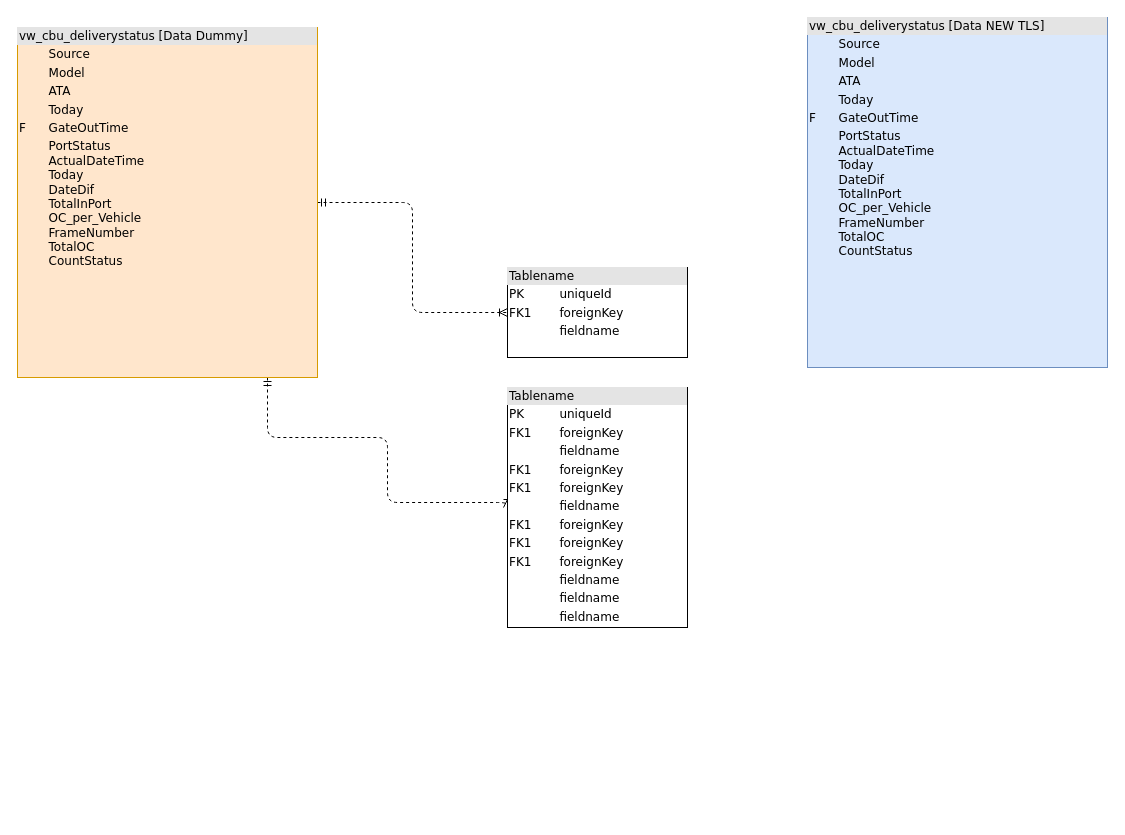
The draw.io diagram page "Board2_CBU_DeliveryStatus" (2 of 3) of TAM_IMIS_diagram.drawio in RifqiG759/BI_datasets, before the edit. Source tidied: cells renumbered, new cells numbered last; positions are measured from the earlier drawing's top-left corner, leaving out a move shared by most shapes. Both pictures are drawn from the tidied source at 100%, with x=0, y=0 at pixel (17, 17).
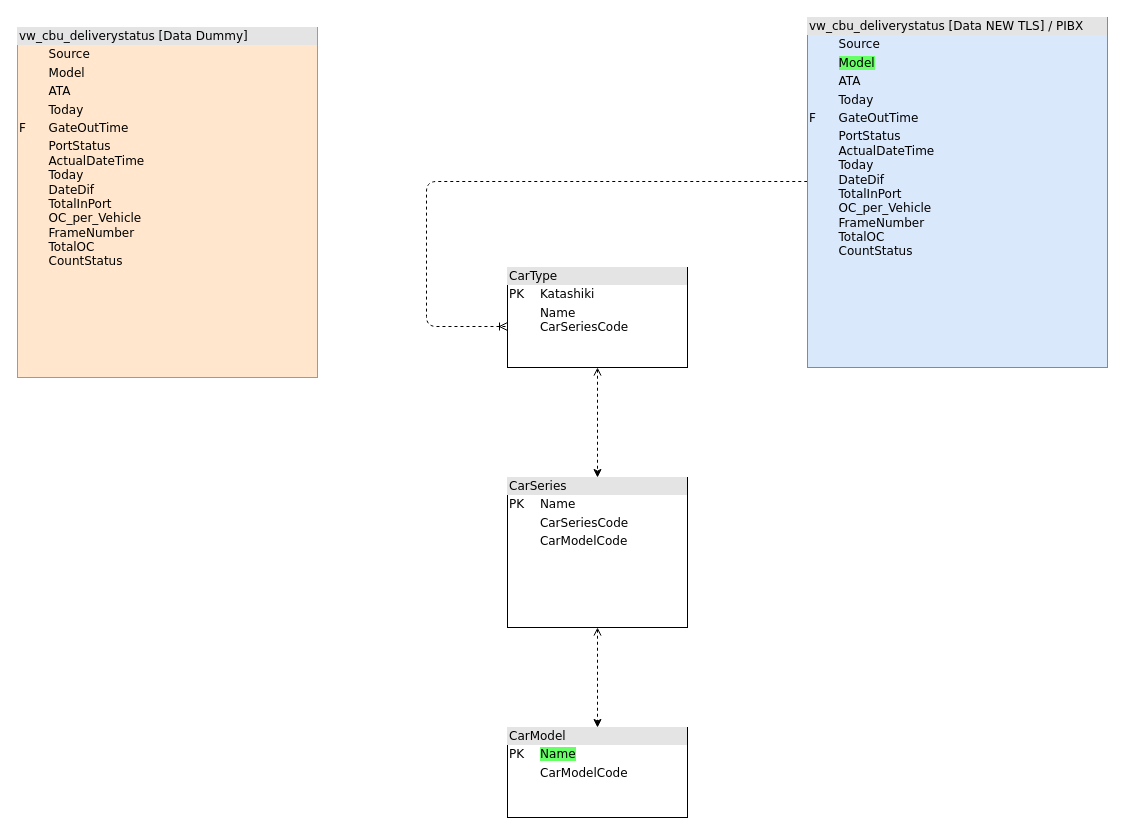
The same page after the edit.

The edit, as a diff of the source:
```diff
@@
 <mxGraphModel>
   <root>
     <mxCell id="0" />
     <mxCell id="1" parent="0" />
-    <mxCell id="2" style="edgeStyle=orthogonalEdgeStyle;html=1;dashed=1;labelBackgroundColor=none;startArrow=ERmandOne;endArrow=ERoneToMany;fontFamily=Verdana;fontSize=12;align=left;entryX=0;entryY=0.5;" parent="1" edge="1" source="4" target="5">
-      <mxGeometry relative="1" as="geometry">
-        <Array as="points">
-          <mxPoint x="250" y="420" />
-          <mxPoint x="370" y="420" />
-          <mxPoint x="370" y="485" />
-        </Array>
-      </mxGeometry>
-    </mxCell>
-    <mxCell id="3" style="edgeStyle=orthogonalEdgeStyle;html=1;dashed=1;labelBackgroundColor=none;startArrow=ERmandOne;endArrow=ERoneToMany;fontFamily=Verdana;fontSize=12;align=left;" parent="1" edge="1" source="4" target="6">
-      <mxGeometry relative="1" as="geometry" />
+    <mxCell id="3" style="edgeStyle=orthogonalEdgeStyle;html=1;dashed=1;labelBackgroundColor=none;startArrow=ERmandOne;endArrow=ERoneToMany;fontFamily=Verdana;fontSize=12;align=left;exitX=0.007;exitY=0.44;exitDx=0;exitDy=0;exitPerimeter=0;" parent="1" edge="1" source="7" target="6">
+      <mxGeometry relative="1" as="geometry">
+        <Array as="points">
+          <mxPoint x="806" y="164" />
+          <mxPoint x="409" y="164" />
+          <mxPoint x="409" y="309" />
+        </Array>
+      </mxGeometry>
     </mxCell>
     <mxCell id="4" value="&lt;div style=&quot;box-sizing: border-box ; width: 100% ; background: #e4e4e4 ; padding: 2px&quot;&gt;vw_cbu_deliverystatus [Data Dummy]&lt;/div&gt;&lt;table style=&quot;width: 100% ; font-size: 1em&quot; cellpadding=&quot;2&quot; cellspacing=&quot;0&quot;&gt;&lt;tbody&gt;&lt;tr&gt;&lt;td&gt;&lt;br&gt;&lt;/td&gt;&lt;td&gt;Source&lt;/td&gt;&lt;/tr&gt;&lt;tr&gt;&lt;td&gt;&lt;/td&gt;&lt;td&gt;Model&lt;/td&gt;&lt;/tr&gt;&lt;tr&gt;&lt;td&gt;&lt;br&gt;&lt;/td&gt;&lt;td&gt;ATA&lt;/td&gt;&lt;/tr&gt;&lt;tr&gt;&lt;td&gt;&lt;br&gt;&lt;/td&gt;&lt;td&gt;Today&lt;/td&gt;&lt;/tr&gt;&lt;tr&gt;&lt;td&gt;F&lt;br&gt;&lt;/td&gt;&lt;td&gt;GateOutTime&lt;/td&gt;&lt;/tr&gt;&lt;tr&gt;&lt;td&gt;&lt;br&gt;&lt;/td&gt;&lt;td&gt;PortStatus&lt;br&gt;ActualDateTime&lt;br&gt;Today&lt;br&gt;DateDif&lt;br&gt;TotalInPort&lt;br&gt;OC_per_Vehicle&lt;br&gt;FrameNumber&lt;br&gt;TotalOC&lt;br&gt;CountStatus&lt;/td&gt;&lt;/tr&gt;&lt;tr&gt;&lt;td&gt;&lt;br&gt;&lt;/td&gt;&lt;td&gt;&lt;br&gt;&lt;/td&gt;&lt;/tr&gt;&lt;tr&gt;&lt;td&gt;&lt;br&gt;&lt;/td&gt;&lt;td&gt;&lt;br&gt;&lt;/td&gt;&lt;/tr&gt;&lt;tr&gt;&lt;td&gt;&lt;br&gt;&lt;/td&gt;&lt;td&gt;&lt;br&gt;&lt;/td&gt;&lt;/tr&gt;&lt;/tbody&gt;&lt;/table&gt;" style="verticalAlign=top;align=left;overflow=fill;html=1;rounded=0;shadow=0;comic=0;labelBackgroundColor=none;strokeColor=#d79b00;strokeWidth=1;fillColor=#ffe6cc;fontFamily=Verdana;fontSize=12;" parent="1" vertex="1">
       <mxGeometry y="10" width="300" height="350" as="geometry" />
     </mxCell>
+    <mxCell id="8" style="edgeStyle=orthogonalEdgeStyle;rounded=0;jettySize=auto;html=1;dashed=1;startArrow=open;startFill=0;" parent="1" edge="1" source="5" target="10">
+      <mxGeometry relative="1" as="geometry" />
+    </mxCell>
-    <mxCell id="5" value="&lt;div style=&quot;box-sizing: border-box ; width: 100% ; background: #e4e4e4 ; padding: 2px&quot;&gt;Tablename&lt;/div&gt;&lt;table style=&quot;width: 100% ; font-size: 1em&quot; cellpadding=&quot;2&quot; cellspacing=&quot;0&quot;&gt;&lt;tbody&gt;&lt;tr&gt;&lt;td&gt;PK&lt;/td&gt;&lt;td&gt;uniqueId&lt;/td&gt;&lt;/tr&gt;&lt;tr&gt;&lt;td&gt;FK1&lt;/td&gt;&lt;td&gt;foreignKey&lt;/td&gt;&lt;/tr&gt;&lt;tr&gt;&lt;td&gt;&lt;/td&gt;&lt;td&gt;fieldname&lt;/td&gt;&lt;/tr&gt;&lt;tr&gt;&lt;td&gt;FK1&lt;br&gt;&lt;/td&gt;&lt;td&gt;foreignKey&lt;br&gt;&lt;/td&gt;&lt;/tr&gt;&lt;tr&gt;&lt;td&gt;FK1&lt;br&gt;&lt;/td&gt;&lt;td&gt;foreignKey&lt;br&gt;&lt;/td&gt;&lt;/tr&gt;&lt;tr&gt;&lt;td&gt;&lt;br&gt;&lt;/td&gt;&lt;td&gt;fieldname&lt;br&gt;&lt;/td&gt;&lt;/tr&gt;&lt;tr&gt;&lt;td&gt;FK1&lt;br&gt;&lt;/td&gt;&lt;td&gt;foreignKey&lt;br&gt;&lt;/td&gt;&lt;/tr&gt;&lt;tr&gt;&lt;td&gt;FK1&lt;br&gt;&lt;/td&gt;&lt;td&gt;foreignKey&lt;br&gt;&lt;/td&gt;&lt;/tr&gt;&lt;tr&gt;&lt;td&gt;FK1&lt;br&gt;&lt;/td&gt;&lt;td&gt;foreignKey&lt;br&gt;&lt;/td&gt;&lt;/tr&gt;&lt;tr&gt;&lt;td&gt;&lt;br&gt;&lt;/td&gt;&lt;td&gt;fieldname&lt;br&gt;&lt;/td&gt;&lt;/tr&gt;&lt;tr&gt;&lt;td&gt;&lt;br&gt;&lt;/td&gt;&lt;td&gt;fieldname&lt;br&gt;&lt;/td&gt;&lt;/tr&gt;&lt;tr&gt;&lt;td&gt;&lt;br&gt;&lt;/td&gt;&lt;td&gt;fieldname&lt;br&gt;&lt;/td&gt;&lt;/tr&gt;&lt;/tbody&gt;&lt;/table&gt;" style="verticalAlign=top;align=left;overflow=fill;html=1;rounded=0;shadow=0;comic=0;labelBackgroundColor=none;strokeColor=#000000;strokeWidth=1;fillColor=#ffffff;fontFamily=Verdana;fontSize=12;fontColor=#000000;" parent="1" vertex="1">
-      <mxGeometry x="490" y="370" width="180" height="240" as="geometry" />
+    <mxCell id="5" value="&lt;div style=&quot;box-sizing: border-box ; width: 100% ; background: #e4e4e4 ; padding: 2px&quot;&gt;CarSeries&lt;/div&gt;&lt;table style=&quot;width: 100% ; font-size: 1em&quot; cellpadding=&quot;2&quot; cellspacing=&quot;0&quot;&gt;&lt;tbody&gt;&lt;tr&gt;&lt;td&gt;PK&lt;/td&gt;&lt;td&gt;Name&lt;br&gt;&lt;/td&gt;&lt;/tr&gt;&lt;tr&gt;&lt;td&gt;&lt;br&gt;&lt;/td&gt;&lt;td&gt;CarSeriesCode&lt;/td&gt;&lt;/tr&gt;&lt;tr&gt;&lt;td&gt;&lt;/td&gt;&lt;td&gt;CarModelCode&lt;/td&gt;&lt;/tr&gt;&lt;/tbody&gt;&lt;/table&gt;" style="verticalAlign=top;align=left;overflow=fill;html=1;rounded=0;shadow=0;comic=0;labelBackgroundColor=none;strokeColor=#000000;strokeWidth=1;fillColor=#ffffff;fontFamily=Verdana;fontSize=12;fontColor=#000000;" parent="1" vertex="1">
+      <mxGeometry x="490" y="460" width="180" height="150" as="geometry" />
     </mxCell>
+    <mxCell id="9" style="edgeStyle=orthogonalEdgeStyle;rounded=0;jettySize=auto;html=1;dashed=1;startArrow=open;startFill=0;" parent="1" edge="1" source="6" target="5">
+      <mxGeometry relative="1" as="geometry" />
+    </mxCell>
-    <mxCell id="6" value="&lt;div style=&quot;box-sizing:border-box;width:100%;background:#e4e4e4;padding:2px;&quot;&gt;Tablename&lt;/div&gt;&lt;table style=&quot;width:100%;font-size:1em;&quot; cellpadding=&quot;2&quot; cellspacing=&quot;0&quot;&gt;&lt;tr&gt;&lt;td&gt;PK&lt;/td&gt;&lt;td&gt;uniqueId&lt;/td&gt;&lt;/tr&gt;&lt;tr&gt;&lt;td&gt;FK1&lt;/td&gt;&lt;td&gt;foreignKey&lt;/td&gt;&lt;/tr&gt;&lt;tr&gt;&lt;td&gt;&lt;/td&gt;&lt;td&gt;fieldname&lt;/td&gt;&lt;/tr&gt;&lt;/table&gt;" style="verticalAlign=top;align=left;overflow=fill;html=1;rounded=0;shadow=0;comic=0;labelBackgroundColor=none;strokeColor=#000000;strokeWidth=1;fillColor=#ffffff;fontFamily=Verdana;fontSize=12;fontColor=#000000;" parent="1" vertex="1">
-      <mxGeometry x="490" y="250" width="180" height="90" as="geometry" />
+    <mxCell id="6" value="&lt;div style=&quot;box-sizing: border-box ; width: 100% ; background: #e4e4e4 ; padding: 2px&quot;&gt;CarType&lt;/div&gt;&lt;table style=&quot;width: 100% ; font-size: 1em&quot; cellpadding=&quot;2&quot; cellspacing=&quot;0&quot;&gt;&lt;tbody&gt;&lt;tr&gt;&lt;td&gt;PK&lt;/td&gt;&lt;td&gt;Katashiki&lt;/td&gt;&lt;/tr&gt;&lt;tr&gt;&lt;td&gt;&lt;br&gt;&lt;/td&gt;&lt;td&gt;Name&lt;br&gt;CarSeriesCode&lt;/td&gt;&lt;/tr&gt;&lt;tr&gt;&lt;td&gt;&lt;br&gt;&lt;/td&gt;&lt;td&gt;&lt;/td&gt;&lt;/tr&gt;&lt;/tbody&gt;&lt;/table&gt;" style="verticalAlign=top;align=left;overflow=fill;html=1;rounded=0;shadow=0;comic=0;labelBackgroundColor=none;strokeColor=#000000;strokeWidth=1;fillColor=#ffffff;fontFamily=Verdana;fontSize=12;fontColor=#000000;" parent="1" vertex="1">
+      <mxGeometry x="490" y="250" width="180" height="100" as="geometry" />
     </mxCell>
-    <mxCell id="7" value="&lt;div style=&quot;box-sizing: border-box ; width: 100% ; background: #e4e4e4 ; padding: 2px&quot;&gt;vw_cbu_deliverystatus [Data NEW TLS]&lt;/div&gt;&lt;table style=&quot;width: 100% ; font-size: 1em&quot; cellpadding=&quot;2&quot; cellspacing=&quot;0&quot;&gt;&lt;tbody&gt;&lt;tr&gt;&lt;td&gt;&lt;br&gt;&lt;/td&gt;&lt;td&gt;Source&lt;/td&gt;&lt;/tr&gt;&lt;tr&gt;&lt;td&gt;&lt;/td&gt;&lt;td&gt;Model&lt;/td&gt;&lt;/tr&gt;&lt;tr&gt;&lt;td&gt;&lt;br&gt;&lt;/td&gt;&lt;td&gt;ATA&lt;/td&gt;&lt;/tr&gt;&lt;tr&gt;&lt;td&gt;&lt;br&gt;&lt;/td&gt;&lt;td&gt;Today&lt;/td&gt;&lt;/tr&gt;&lt;tr&gt;&lt;td&gt;F&lt;br&gt;&lt;/td&gt;&lt;td&gt;GateOutTime&lt;/td&gt;&lt;/tr&gt;&lt;tr&gt;&lt;td&gt;&lt;br&gt;&lt;/td&gt;&lt;td&gt;PortStatus&lt;br&gt;ActualDateTime&lt;br&gt;Today&lt;br&gt;DateDif&lt;br&gt;TotalInPort&lt;br&gt;OC_per_Vehicle&lt;br&gt;FrameNumber&lt;br&gt;TotalOC&lt;br&gt;CountStatus&lt;/td&gt;&lt;/tr&gt;&lt;tr&gt;&lt;td&gt;&lt;br&gt;&lt;/td&gt;&lt;td&gt;&lt;br&gt;&lt;/td&gt;&lt;/tr&gt;&lt;tr&gt;&lt;td&gt;&lt;br&gt;&lt;/td&gt;&lt;td&gt;&lt;br&gt;&lt;/td&gt;&lt;/tr&gt;&lt;tr&gt;&lt;td&gt;&lt;br&gt;&lt;/td&gt;&lt;td&gt;&lt;br&gt;&lt;/td&gt;&lt;/tr&gt;&lt;/tbody&gt;&lt;/table&gt;" style="verticalAlign=top;align=left;overflow=fill;html=1;rounded=0;shadow=0;comic=0;labelBackgroundColor=none;strokeColor=#6c8ebf;strokeWidth=1;fillColor=#dae8fc;fontFamily=Verdana;fontSize=12;" parent="1" vertex="1">
+    <mxCell id="7" value="&lt;div style=&quot;box-sizing: border-box ; width: 100% ; background: #e4e4e4 ; padding: 2px&quot;&gt;vw_cbu_deliverystatus [Data NEW TLS] / PIBX&lt;/div&gt;&lt;table style=&quot;width: 100% ; font-size: 1em&quot; cellpadding=&quot;2&quot; cellspacing=&quot;0&quot;&gt;&lt;tbody&gt;&lt;tr&gt;&lt;td&gt;&lt;br&gt;&lt;/td&gt;&lt;td&gt;Source&lt;/td&gt;&lt;/tr&gt;&lt;tr&gt;&lt;td&gt;&lt;/td&gt;&lt;td&gt;&lt;span style=&quot;background-color: rgb(102 , 255 , 102)&quot;&gt;Model&lt;/span&gt;&lt;/td&gt;&lt;/tr&gt;&lt;tr&gt;&lt;td&gt;&lt;br&gt;&lt;/td&gt;&lt;td&gt;ATA&lt;/td&gt;&lt;/tr&gt;&lt;tr&gt;&lt;td&gt;&lt;br&gt;&lt;/td&gt;&lt;td&gt;Today&lt;/td&gt;&lt;/tr&gt;&lt;tr&gt;&lt;td&gt;F&lt;br&gt;&lt;/td&gt;&lt;td&gt;GateOutTime&lt;/td&gt;&lt;/tr&gt;&lt;tr&gt;&lt;td&gt;&lt;br&gt;&lt;/td&gt;&lt;td&gt;PortStatus&lt;br&gt;ActualDateTime&lt;br&gt;Today&lt;br&gt;DateDif&lt;br&gt;TotalInPort&lt;br&gt;OC_per_Vehicle&lt;br&gt;FrameNumber&lt;br&gt;TotalOC&lt;br&gt;CountStatus&lt;/td&gt;&lt;/tr&gt;&lt;tr&gt;&lt;td&gt;&lt;br&gt;&lt;/td&gt;&lt;td&gt;&lt;br&gt;&lt;/td&gt;&lt;/tr&gt;&lt;tr&gt;&lt;td&gt;&lt;br&gt;&lt;/td&gt;&lt;td&gt;&lt;br&gt;&lt;/td&gt;&lt;/tr&gt;&lt;tr&gt;&lt;td&gt;&lt;br&gt;&lt;/td&gt;&lt;td&gt;&lt;br&gt;&lt;/td&gt;&lt;/tr&gt;&lt;/tbody&gt;&lt;/table&gt;" style="verticalAlign=top;align=left;overflow=fill;html=1;rounded=0;shadow=0;comic=0;labelBackgroundColor=none;strokeColor=#6c8ebf;strokeWidth=1;fillColor=#dae8fc;fontFamily=Verdana;fontSize=12;" parent="1" vertex="1">
       <mxGeometry x="790" width="300" height="350" as="geometry" />
     </mxCell>
+    <mxCell id="10" value="&lt;div style=&quot;box-sizing: border-box ; width: 100% ; background: #e4e4e4 ; padding: 2px&quot;&gt;CarModel&lt;/div&gt;&lt;table style=&quot;width: 100% ; font-size: 1em&quot; cellpadding=&quot;2&quot; cellspacing=&quot;0&quot;&gt;&lt;tbody&gt;&lt;tr&gt;&lt;td&gt;PK&lt;/td&gt;&lt;td&gt;&lt;span style=&quot;background-color: rgb(102 , 255 , 102)&quot;&gt;Name&lt;br&gt;&lt;/span&gt;&lt;/td&gt;&lt;/tr&gt;&lt;tr&gt;&lt;td&gt;&lt;/td&gt;&lt;td&gt;CarModelCode&lt;/td&gt;&lt;/tr&gt;&lt;/tbody&gt;&lt;/table&gt;" style="verticalAlign=top;align=left;overflow=fill;html=1;rounded=0;shadow=0;comic=0;labelBackgroundColor=none;strokeColor=#000000;strokeWidth=1;fillColor=#ffffff;fontFamily=Verdana;fontSize=12;fontColor=#000000;" parent="1" vertex="1">
+      <mxGeometry x="490" y="710" width="180" height="90" as="geometry" />
+    </mxCell>
   </root>
 </mxGraphModel>
```
